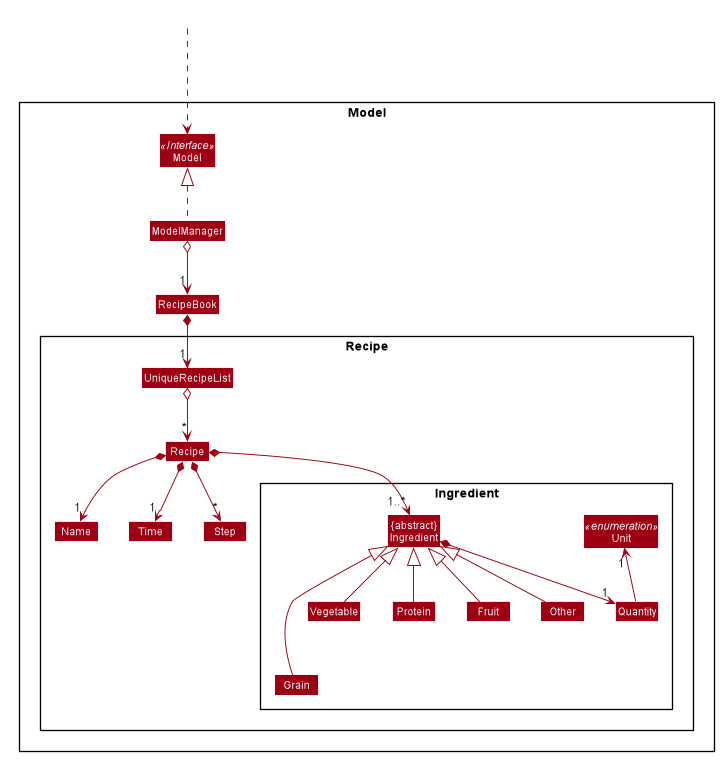
nus-cs2103-AY1920S2/addressbook-level3 keeps this PlantUML diagram as docs/images/ModelRecipeClassDiagram.png. Above is the earlier version.
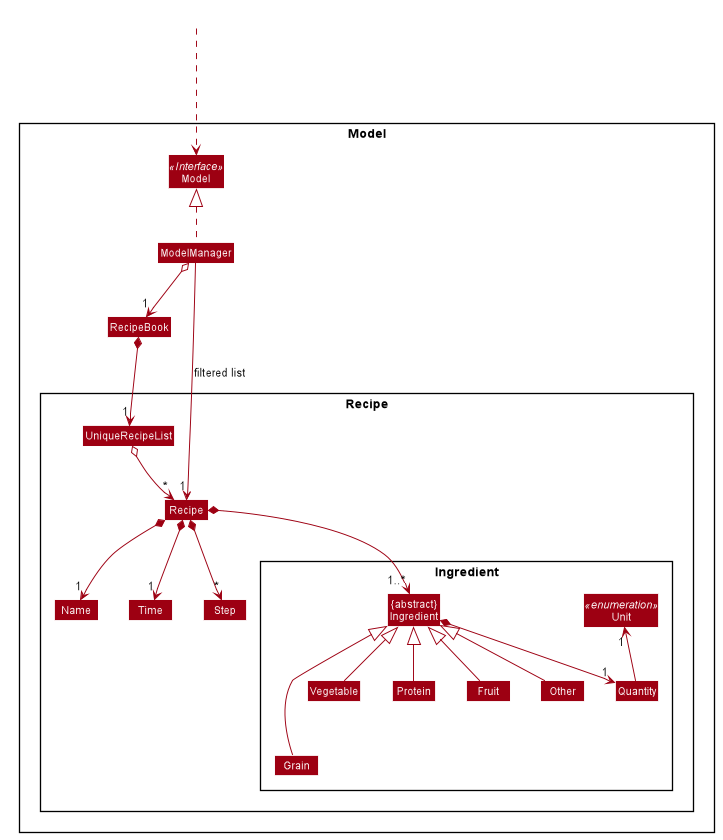
Above is the later version.

Commit message:
Updated Model diagram of DG

Change to the diagram source:
```diff
@@ -82,6 +82,7 @@
 HiddenOutside ...> Model
 ModelManager o--> "1" RecipeBook
 ModelManager .up.|> Model
+ModelManager --> "1" Recipe : filtered list
 
 RecipeBook *--> "1" UniqueRecipeList
 UniqueRecipeList o--> "*" Recipe
```
